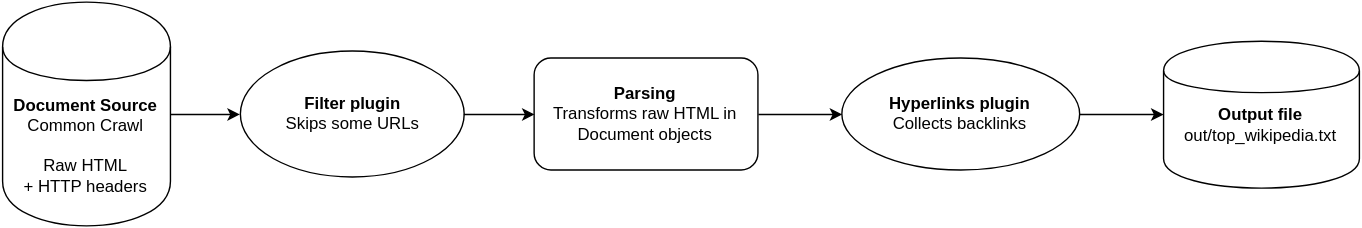
Before: content/images/developer/tutorials/spark-backlinks-pipeline.svg, a diagram exported from draw.io (commonsearch/cosr-about). Source tidied: cells renumbered, new cells last; positions are measured from the earlier drawing's top-left corner, leaving out a move shared by most shapes.
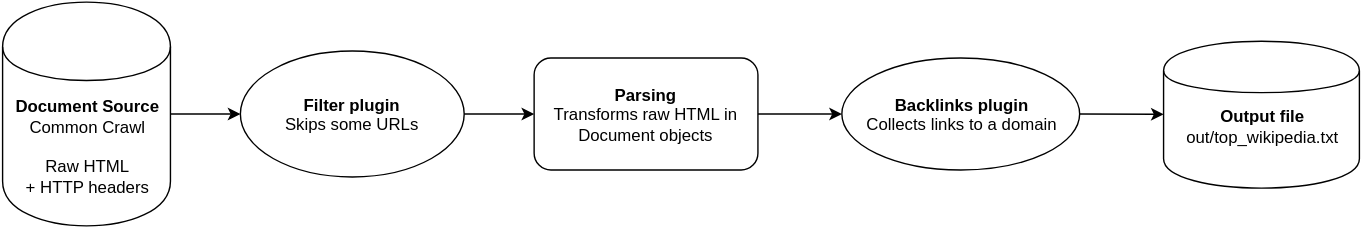
After the change.

Commit message:
Update plugin names

Diff of the diagram source:
```diff
@@ -11,7 +11,7 @@
     <mxCell id="4" value="&lt;b&gt;Filter plugin&lt;/b&gt;&lt;div&gt;Skips some URLs&lt;/div&gt;" style="ellipse;whiteSpace=wrap;html=1;" parent="1" vertex="1">
       <mxGeometry x="170" y="35" width="160" height="90" as="geometry" />
     </mxCell>
-    <mxCell id="5" value="&lt;b&gt;Hyperlinks plugin&lt;/b&gt;&lt;div&gt;Collects backlinks&lt;/div&gt;" style="ellipse;whiteSpace=wrap;html=1;" parent="1" vertex="1">
+    <mxCell id="5" value="&lt;b&gt;Backlinks plugin&lt;/b&gt;&lt;div&gt;Collects links to a domain&lt;/div&gt;" style="ellipse;whiteSpace=wrap;html=1;" parent="1" vertex="1">
       <mxGeometry x="600" y="40" width="170" height="80" as="geometry" />
     </mxCell>
     <mxCell id="6" style="endArrow=classic;html=1;exitX=1;exitY=0.5;entryX=0;entryY=0.5;" parent="1" edge="1" source="2" target="4">
```
